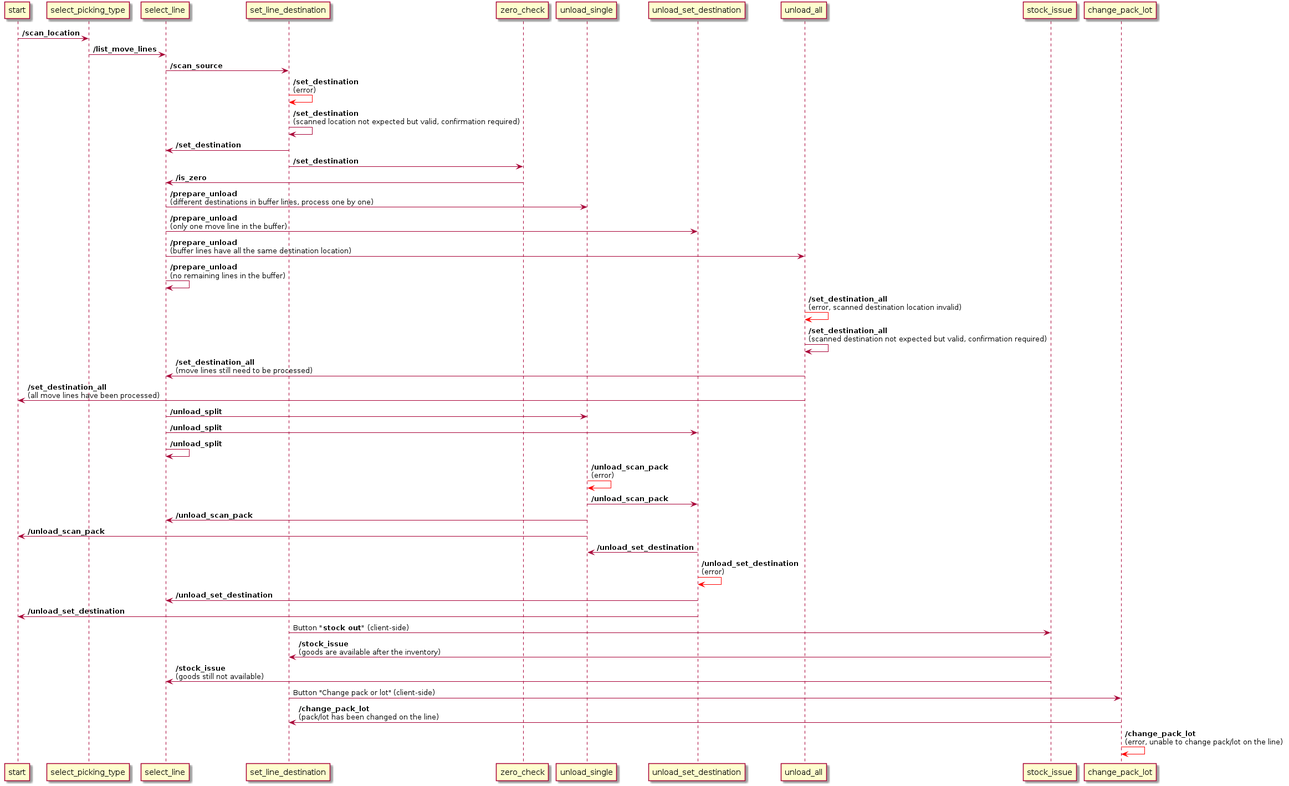
camptocamp/wms keeps this PlantUML diagram as shopfloor/docs/zone_picking_diag_seq.png. Above is the earlier version.
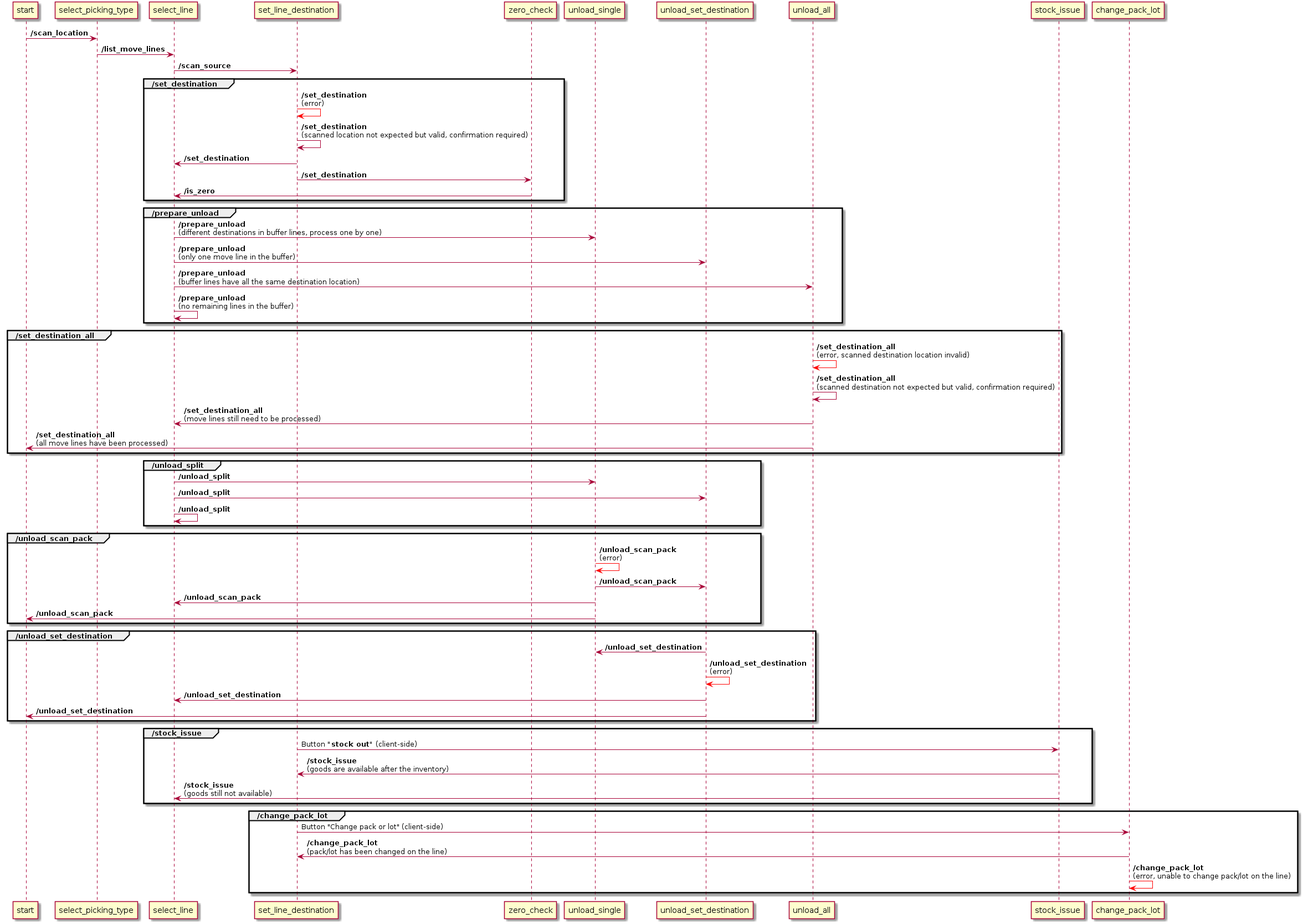
After the change.

Commit message:
fixup! fixup! [DOC] shopfloor: zone_picking sequence diagram

The edit, as a diff of the source:
```diff
@@ -3,36 +3,59 @@
 start -> select_picking_type: **/scan_location**
 select_picking_type -> select_line: **/list_move_lines**
 select_line -> set_line_destination: **/scan_source**
+
+group /set_destination
 set_line_destination -[#red]> set_line_destination: **/set_destination** \n(error)
 set_line_destination -> set_line_destination: **/set_destination** \n(scanned location not expected but valid, confirmation required)
 set_line_destination -> select_line: **/set_destination**
 set_line_destination -> zero_check: **/set_destination**
 zero_check -> select_line: **/is_zero**
+end
+
+group /prepare_unload
 select_line -> unload_single: **/prepare_unload** \n(different destinations in buffer lines, process one by one)
 select_line -> unload_set_destination: **/prepare_unload** \n(only one move line in the buffer)
 select_line -> unload_all: **/prepare_unload** \n(buffer lines have all the same destination location)
 select_line -> select_line: **/prepare_unload** \n(no remaining lines in the buffer)
+end
+
+group /set_destination_all
 unload_all -[#red]> unload_all: **/set_destination_all** \n(error, scanned destination location invalid)
 unload_all -> unload_all: **/set_destination_all** \n(scanned destination not expected but valid, confirmation required)
 unload_all -> select_line: **/set_destination_all** \n(move lines still need to be processed)
 unload_all -> start: **/set_destination_all** \n(all move lines have been processed)
+end
+
+group /unload_split
 select_line -> unload_single: **/unload_split**
 select_line -> unload_set_destination: **/unload_split**
 select_line -> select_line: **/unload_split**
+end
+
+group /unload_scan_pack
 unload_single -[#red]> unload_single: **/unload_scan_pack** \n(error)
 unload_single -> unload_set_destination: **/unload_scan_pack**
 unload_single -> select_line: **/unload_scan_pack**
 unload_single -> start: **/unload_scan_pack**
+end
+
+group /unload_set_destination
 unload_set_destination -> unload_single: **/unload_set_destination**
 unload_set_destination -[#red]> unload_set_destination: **/unload_set_destination** \n(error)
 unload_set_destination -> select_line: **/unload_set_destination**
 unload_set_destination -> start: **/unload_set_destination**
+end
 
+group /stock_issue
 set_line_destination -> stock_issue: Button **"stock out"** (client-side)
 stock_issue -> set_line_destination: **/stock_issue** \n(goods are available after the inventory)
 stock_issue -> select_line: **/stock_issue** \n(goods still not available)
+end
+
+group /change_pack_lot
 set_line_destination -> change_pack_lot: Button "Change pack or lot" (client-side)
 change_pack_lot -> set_line_destination: **/change_pack_lot** \n(pack/lot has been changed on the line)
 change_pack_lot -[#red]> change_pack_lot: **/change_pack_lot** \n(error, unable to change pack/lot on the line)
+end
 
 @enduml
```
